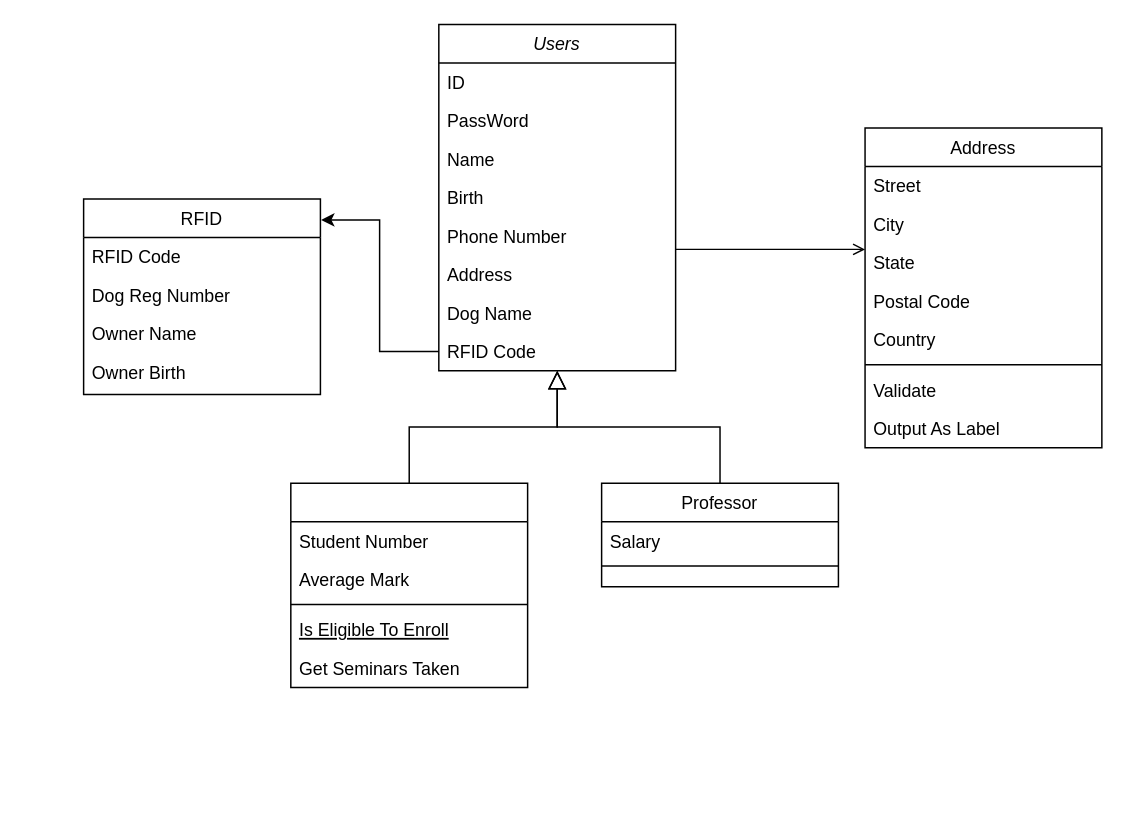
Above: 제목 없는 다이어그램.drawio in develoHAM/kdt9_HotDog (draw.io), before the change. Source tidied: cells renumbered, new cells numbered last; positions are measured from the earlier drawing's top-left corner, leaving out a move shared by most shapes. Both pictures are drawn from the tidied source at 148%, with x=0, y=0 at pixel (83, 24).
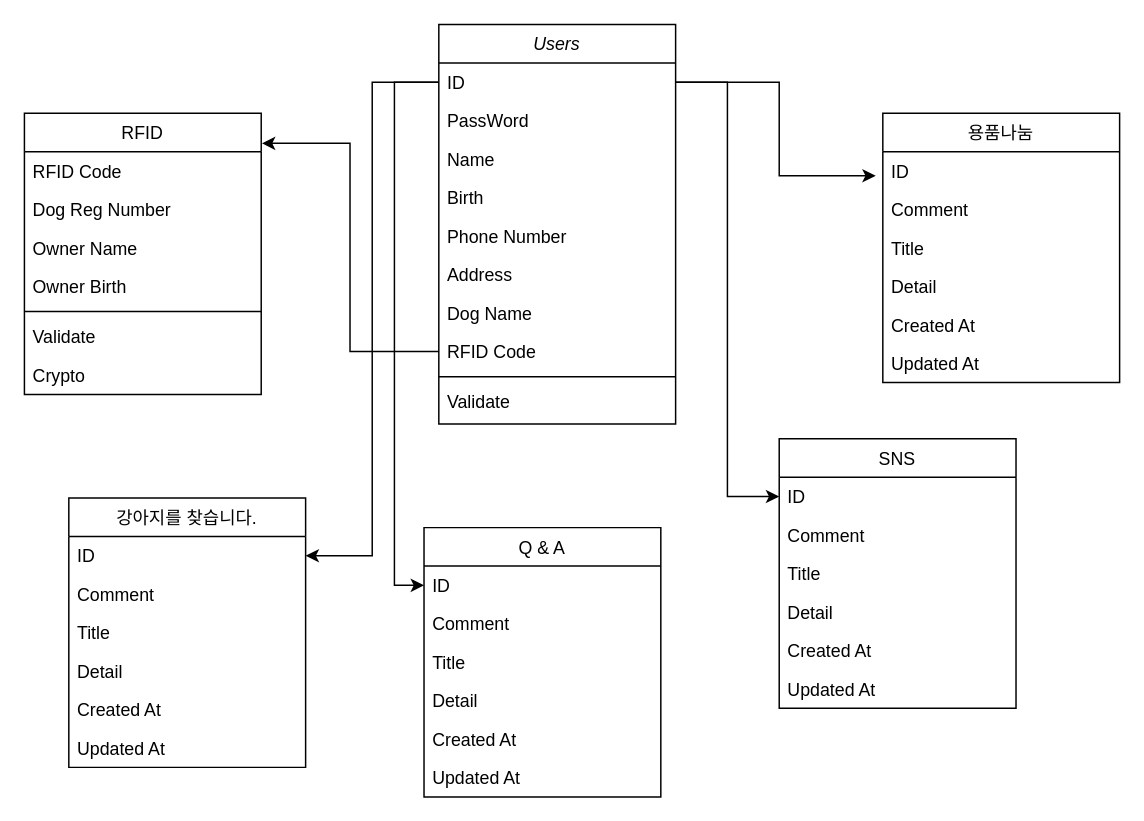
Above is the later version.

Commit message:
제목 없는 다이어그램.drawio 업데이트

The change refers to these unchanged cells:
```xml
<mxCell id="3" value="ID" style="text;align=left;verticalAlign=top;spacingLeft=4;spacingRight=4;overflow=hidden;points=[[0,0.5],[1,0.5]];portConstraint=eastwest;" parent="2" vertex="1">
  <mxGeometry y="26" width="160" height="26" as="geometry" />
</mxCell>
```

The edit, as a diff of the source:
```diff
@@
     <mxCell id="2" value="Users" style="swimlane;fontStyle=2;align=center;verticalAlign=top;horizontal=1;startSize=26;rounded=0;shadow=0;strokeWidth=1;" parent="1" vertex="1">
-      <mxGeometry x="240" width="160" height="234" as="geometry" />
+      <mxGeometry x="240" width="160" height="270" as="geometry" />
     </mxCell>
@@
-    <mxCell id="8" value="Address&#10;" style="text;align=left;verticalAlign=top;spacingLeft=4;spacingRight=4;overflow=hidden;" parent="2" vertex="1">
+    <mxCell id="8" value="Address&#10;" style="text;align=left;verticalAlign=top;spacingLeft=4;spacingRight=4;overflow=hidden;fillColor=none;" parent="2" vertex="1">
       <mxGeometry y="156" width="160" height="26" as="geometry" />
     </mxCell>
@@
-    <mxCell id="11" style="swimlane;fontStyle=0;align=center;verticalAlign=top;horizontal=1;startSize=26;rounded=0;shadow=0;strokeWidth=1;" parent="1" vertex="1">
-      <mxGeometry x="140" y="310" width="160" height="138" as="geometry" />
-    </mxCell>
-    <mxCell id="12" value="Student Number" style="text;align=left;verticalAlign=top;spacingLeft=4;spacingRight=4;overflow=hidden;" parent="11" vertex="1">
-      <mxGeometry y="26" width="160" height="26" as="geometry" />
-    </mxCell>
-    <mxCell id="13" value="Average Mark" style="text;align=left;verticalAlign=top;spacingLeft=4;spacingRight=4;overflow=hidden;rounded=0;shadow=0;html=0;" parent="11" vertex="1">
-      <mxGeometry y="52" width="160" height="26" as="geometry" />
-    </mxCell>
-    <mxCell id="14" style="line;html=1;strokeWidth=1;align=left;verticalAlign=middle;spacingTop=-1;spacingLeft=3;spacingRight=3;labelPosition=right;" parent="11" vertex="1">
-      <mxGeometry y="78" width="160" height="8" as="geometry" />
-    </mxCell>
-    <mxCell id="15" value="Is Eligible To Enroll" style="text;align=left;verticalAlign=top;spacingLeft=4;spacingRight=4;overflow=hidden;fontStyle=4;" parent="11" vertex="1">
-      <mxGeometry y="86" width="160" height="26" as="geometry" />
-    </mxCell>
-    <mxCell id="16" value="Get Seminars Taken" style="text;align=left;verticalAlign=top;spacingLeft=4;spacingRight=4;overflow=hidden;" parent="11" vertex="1">
-      <mxGeometry y="112" width="160" height="26" as="geometry" />
-    </mxCell>
-    <mxCell id="17" style="endArrow=block;endSize=10;endFill=0;shadow=0;strokeWidth=1;rounded=0;edgeStyle=elbowEdgeStyle;elbow=vertical;" parent="1" edge="1" source="11" target="2">
-      <mxGeometry relative="1" as="geometry" />
-    </mxCell>
-    <mxCell id="18" value="Professor" style="swimlane;fontStyle=0;align=center;verticalAlign=top;horizontal=1;startSize=26;rounded=0;shadow=0;strokeWidth=1;" parent="1" vertex="1">
-      <mxGeometry x="350" y="310" width="160" height="70" as="geometry" />
-    </mxCell>
-    <mxCell id="19" value="Salary" style="text;align=left;verticalAlign=top;spacingLeft=4;spacingRight=4;overflow=hidden;" parent="18" vertex="1">
-      <mxGeometry y="26" width="160" height="26" as="geometry" />
-    </mxCell>
-    <mxCell id="20" style="line;html=1;strokeWidth=1;align=left;verticalAlign=middle;spacingTop=-1;spacingLeft=3;spacingRight=3;labelPosition=right;" parent="18" vertex="1">
-      <mxGeometry y="52" width="160" height="8" as="geometry" />
-    </mxCell>
-    <mxCell id="21" style="endArrow=block;endSize=10;endFill=0;shadow=0;strokeWidth=1;rounded=0;edgeStyle=elbowEdgeStyle;elbow=vertical;" parent="1" edge="1" source="18" target="2">
-      <mxGeometry relative="1" as="geometry" />
-    </mxCell>
+    <mxCell id="38" style="line;html=1;strokeWidth=1;align=left;verticalAlign=middle;spacingTop=-1;spacingLeft=3;spacingRight=3;labelPosition=right;" parent="2" vertex="1">
+      <mxGeometry y="234" width="160" height="8" as="geometry" />
+    </mxCell>
+    <mxCell id="39" value="Validate" style="text;align=left;verticalAlign=top;spacingLeft=4;spacingRight=4;overflow=hidden;" parent="2" vertex="1">
+      <mxGeometry y="242" width="160" height="26" as="geometry" />
+    </mxCell>
-    <mxCell id="22" value="Address" style="swimlane;fontStyle=0;align=center;verticalAlign=top;horizontal=1;startSize=26;rounded=0;shadow=0;strokeWidth=1;" parent="1" vertex="1">
-      <mxGeometry x="528" y="70" width="160" height="216" as="geometry" />
+    <mxCell id="22" value="용품나눔" style="swimlane;fontStyle=0;align=center;verticalAlign=top;horizontal=1;startSize=26;rounded=0;shadow=0;strokeWidth=1;" parent="1" vertex="1">
+      <mxGeometry x="540" y="60" width="160" height="182" as="geometry" />
     </mxCell>
-    <mxCell id="23" value="Street" style="text;align=left;verticalAlign=top;spacingLeft=4;spacingRight=4;overflow=hidden;" parent="22" vertex="1">
-      <mxGeometry y="26" width="160" height="26" as="geometry" />
-    </mxCell>
-    <mxCell id="24" value="City" style="text;align=left;verticalAlign=top;spacingLeft=4;spacingRight=4;overflow=hidden;rounded=0;shadow=0;html=0;" parent="22" vertex="1">
-      <mxGeometry y="52" width="160" height="26" as="geometry" />
-    </mxCell>
-    <mxCell id="25" value="State" style="text;align=left;verticalAlign=top;spacingLeft=4;spacingRight=4;overflow=hidden;rounded=0;shadow=0;html=0;" parent="22" vertex="1">
-      <mxGeometry y="78" width="160" height="26" as="geometry" />
-    </mxCell>
-    <mxCell id="26" value="Postal Code" style="text;align=left;verticalAlign=top;spacingLeft=4;spacingRight=4;overflow=hidden;rounded=0;shadow=0;html=0;" parent="22" vertex="1">
-      <mxGeometry y="104" width="160" height="26" as="geometry" />
-    </mxCell>
-    <mxCell id="27" value="Country" style="text;align=left;verticalAlign=top;spacingLeft=4;spacingRight=4;overflow=hidden;rounded=0;shadow=0;html=0;" parent="22" vertex="1">
-      <mxGeometry y="130" width="160" height="26" as="geometry" />
-    </mxCell>
-    <mxCell id="28" style="line;html=1;strokeWidth=1;align=left;verticalAlign=middle;spacingTop=-1;spacingLeft=3;spacingRight=3;labelPosition=right;" parent="22" vertex="1">
-      <mxGeometry y="156" width="160" height="8" as="geometry" />
-    </mxCell>
-    <mxCell id="29" value="Validate" style="text;align=left;verticalAlign=top;spacingLeft=4;spacingRight=4;overflow=hidden;" parent="22" vertex="1">
-      <mxGeometry y="164" width="160" height="26" as="geometry" />
-    </mxCell>
-    <mxCell id="30" value="Output As Label" style="text;align=left;verticalAlign=top;spacingLeft=4;spacingRight=4;overflow=hidden;" parent="22" vertex="1">
-      <mxGeometry y="190" width="160" height="26" as="geometry" />
-    </mxCell>
-    <mxCell id="31" style="endArrow=open;shadow=0;strokeWidth=1;rounded=0;endFill=1;edgeStyle=elbowEdgeStyle;elbow=vertical;" parent="1" edge="1" source="2" target="22">
-      <mxGeometry x="0.5" y="41" relative="1" as="geometry">
-        <mxPoint x="-40" y="32" as="offset" />
-      </mxGeometry>
-    </mxCell>
+    <mxCell id="40" value="ID" style="text;align=left;verticalAlign=top;spacingLeft=4;spacingRight=4;overflow=hidden;points=[[0,0.5],[1,0.5]];portConstraint=eastwest;" parent="22" vertex="1">
+      <mxGeometry y="26" width="160" height="26" as="geometry" />
+    </mxCell>
+    <mxCell id="41" value="Comment" style="text;align=left;verticalAlign=top;spacingLeft=4;spacingRight=4;overflow=hidden;" parent="22" vertex="1">
+      <mxGeometry y="52" width="160" height="26" as="geometry" />
+    </mxCell>
+    <mxCell id="42" value="Title" style="text;align=left;verticalAlign=top;spacingLeft=4;spacingRight=4;overflow=hidden;" parent="22" vertex="1">
+      <mxGeometry y="78" width="160" height="26" as="geometry" />
+    </mxCell>
+    <mxCell id="43" value="Detail" style="text;align=left;verticalAlign=top;spacingLeft=4;spacingRight=4;overflow=hidden;" parent="22" vertex="1">
+      <mxGeometry y="104" width="160" height="26" as="geometry" />
+    </mxCell>
+    <mxCell id="44" value="Created At" style="text;align=left;verticalAlign=top;spacingLeft=4;spacingRight=4;overflow=hidden;" parent="22" vertex="1">
+      <mxGeometry y="130" width="160" height="26" as="geometry" />
+    </mxCell>
+    <mxCell id="45" value="Updated At" style="text;align=left;verticalAlign=top;spacingLeft=4;spacingRight=4;overflow=hidden;" parent="22" vertex="1">
+      <mxGeometry y="156" width="160" height="26" as="geometry" />
+    </mxCell>
     <mxCell id="32" value="RFID" style="swimlane;fontStyle=0;align=center;verticalAlign=top;horizontal=1;startSize=26;rounded=0;shadow=0;strokeWidth=1;" parent="1" vertex="1">
-      <mxGeometry y="118" width="160" height="132" as="geometry" />
+      <mxGeometry x="-40" y="60" width="160" height="190" as="geometry" />
     </mxCell>
@@
+    <mxCell id="46" style="line;html=1;strokeWidth=1;align=left;verticalAlign=middle;spacingTop=-1;spacingLeft=3;spacingRight=3;labelPosition=right;" parent="32" vertex="1">
+      <mxGeometry y="130" width="160" height="8" as="geometry" />
+    </mxCell>
+    <mxCell id="47" value="Validate" style="text;align=left;verticalAlign=top;spacingLeft=4;spacingRight=4;overflow=hidden;" parent="32" vertex="1">
+      <mxGeometry y="138" width="160" height="26" as="geometry" />
+    </mxCell>
+    <mxCell id="48" value="Crypto" style="text;align=left;verticalAlign=top;spacingLeft=4;spacingRight=4;overflow=hidden;" parent="32" vertex="1">
+      <mxGeometry y="164" width="160" height="26" as="geometry" />
+    </mxCell>
@@
+    <mxCell id="49" value="SNS" style="swimlane;fontStyle=0;align=center;verticalAlign=top;horizontal=1;startSize=26;rounded=0;shadow=0;strokeWidth=1;" parent="1" vertex="1">
+      <mxGeometry x="470" y="280" width="160" height="182" as="geometry" />
+    </mxCell>
+    <mxCell id="50" value="ID" style="text;align=left;verticalAlign=top;spacingLeft=4;spacingRight=4;overflow=hidden;points=[[0,0.5],[1,0.5]];portConstraint=eastwest;" parent="49" vertex="1">
+      <mxGeometry y="26" width="160" height="26" as="geometry" />
+    </mxCell>
+    <mxCell id="51" value="Comment" style="text;align=left;verticalAlign=top;spacingLeft=4;spacingRight=4;overflow=hidden;" parent="49" vertex="1">
+      <mxGeometry y="52" width="160" height="26" as="geometry" />
+    </mxCell>
+    <mxCell id="52" value="Title" style="text;align=left;verticalAlign=top;spacingLeft=4;spacingRight=4;overflow=hidden;" parent="49" vertex="1">
+      <mxGeometry y="78" width="160" height="26" as="geometry" />
+    </mxCell>
+    <mxCell id="53" value="Detail" style="text;align=left;verticalAlign=top;spacingLeft=4;spacingRight=4;overflow=hidden;" parent="49" vertex="1">
+      <mxGeometry y="104" width="160" height="26" as="geometry" />
+    </mxCell>
+    <mxCell id="54" value="Created At" style="text;align=left;verticalAlign=top;spacingLeft=4;spacingRight=4;overflow=hidden;" parent="49" vertex="1">
+      <mxGeometry y="130" width="160" height="26" as="geometry" />
+    </mxCell>
+    <mxCell id="55" value="Updated At" style="text;align=left;verticalAlign=top;spacingLeft=4;spacingRight=4;overflow=hidden;" parent="49" vertex="1">
+      <mxGeometry y="156" width="160" height="26" as="geometry" />
+    </mxCell>
+    <mxCell id="56" value="Q &amp; A" style="swimlane;fontStyle=0;align=center;verticalAlign=top;horizontal=1;startSize=26;rounded=0;shadow=0;strokeWidth=1;" parent="1" vertex="1">
+      <mxGeometry x="230" y="340" width="160" height="182" as="geometry" />
+    </mxCell>
+    <mxCell id="57" value="ID" style="text;align=left;verticalAlign=top;spacingLeft=4;spacingRight=4;overflow=hidden;points=[[0,0.5],[1,0.5]];portConstraint=eastwest;" parent="56" vertex="1">
+      <mxGeometry y="26" width="160" height="26" as="geometry" />
+    </mxCell>
+    <mxCell id="58" value="Comment" style="text;align=left;verticalAlign=top;spacingLeft=4;spacingRight=4;overflow=hidden;" parent="56" vertex="1">
+      <mxGeometry y="52" width="160" height="26" as="geometry" />
+    </mxCell>
+    <mxCell id="59" value="Title" style="text;align=left;verticalAlign=top;spacingLeft=4;spacingRight=4;overflow=hidden;" parent="56" vertex="1">
+      <mxGeometry y="78" width="160" height="26" as="geometry" />
+    </mxCell>
+    <mxCell id="60" value="Detail" style="text;align=left;verticalAlign=top;spacingLeft=4;spacingRight=4;overflow=hidden;" parent="56" vertex="1">
+      <mxGeometry y="104" width="160" height="26" as="geometry" />
+    </mxCell>
+    <mxCell id="61" value="Created At" style="text;align=left;verticalAlign=top;spacingLeft=4;spacingRight=4;overflow=hidden;" parent="56" vertex="1">
+      <mxGeometry y="130" width="160" height="26" as="geometry" />
+    </mxCell>
+    <mxCell id="62" value="Updated At" style="text;align=left;verticalAlign=top;spacingLeft=4;spacingRight=4;overflow=hidden;" parent="56" vertex="1">
+      <mxGeometry y="156" width="160" height="26" as="geometry" />
+    </mxCell>
+    <mxCell id="63" value="강아지를 찾습니다." style="swimlane;fontStyle=0;align=center;verticalAlign=top;horizontal=1;startSize=26;rounded=0;shadow=0;strokeWidth=1;" parent="1" vertex="1">
+      <mxGeometry x="-10" y="320" width="160" height="182" as="geometry" />
+    </mxCell>
+    <mxCell id="64" value="ID" style="text;align=left;verticalAlign=top;spacingLeft=4;spacingRight=4;overflow=hidden;points=[[0,0.5],[1,0.5]];portConstraint=eastwest;" parent="63" vertex="1">
+      <mxGeometry y="26" width="160" height="26" as="geometry" />
+    </mxCell>
+    <mxCell id="65" value="Comment" style="text;align=left;verticalAlign=top;spacingLeft=4;spacingRight=4;overflow=hidden;" parent="63" vertex="1">
+      <mxGeometry y="52" width="160" height="26" as="geometry" />
+    </mxCell>
+    <mxCell id="66" value="Title" style="text;align=left;verticalAlign=top;spacingLeft=4;spacingRight=4;overflow=hidden;" parent="63" vertex="1">
+      <mxGeometry y="78" width="160" height="26" as="geometry" />
+    </mxCell>
+    <mxCell id="67" value="Detail" style="text;align=left;verticalAlign=top;spacingLeft=4;spacingRight=4;overflow=hidden;" parent="63" vertex="1">
+      <mxGeometry y="104" width="160" height="26" as="geometry" />
+    </mxCell>
+    <mxCell id="68" value="Created At" style="text;align=left;verticalAlign=top;spacingLeft=4;spacingRight=4;overflow=hidden;" parent="63" vertex="1">
+      <mxGeometry y="130" width="160" height="26" as="geometry" />
+    </mxCell>
+    <mxCell id="69" value="Updated At" style="text;align=left;verticalAlign=top;spacingLeft=4;spacingRight=4;overflow=hidden;" parent="63" vertex="1">
+      <mxGeometry y="156" width="160" height="26" as="geometry" />
+    </mxCell>
+    <mxCell id="70" style="edgeStyle=orthogonalEdgeStyle;rounded=0;jettySize=auto;html=1;entryX=0;entryY=0.5;entryDx=0;entryDy=0;" parent="1" edge="1" source="3" target="50">
+      <mxGeometry relative="1" as="geometry" />
+    </mxCell>
+    <mxCell id="71" style="edgeStyle=orthogonalEdgeStyle;rounded=0;jettySize=auto;html=1;entryX=-0.03;entryY=0.625;entryDx=0;entryDy=0;entryPerimeter=0;" parent="1" edge="1" source="3" target="40">
+      <mxGeometry relative="1" as="geometry" />
+    </mxCell>
+    <mxCell id="72" style="edgeStyle=orthogonalEdgeStyle;rounded=0;jettySize=auto;html=1;entryX=0;entryY=0.5;entryDx=0;entryDy=0;" parent="1" edge="1" source="3" target="57">
+      <mxGeometry relative="1" as="geometry" />
+    </mxCell>
+    <mxCell id="73" style="edgeStyle=orthogonalEdgeStyle;rounded=0;jettySize=auto;html=1;entryX=1;entryY=0.5;entryDx=0;entryDy=0;" parent="1" edge="1" source="3" target="64">
+      <mxGeometry relative="1" as="geometry" />
+    </mxCell>
```
